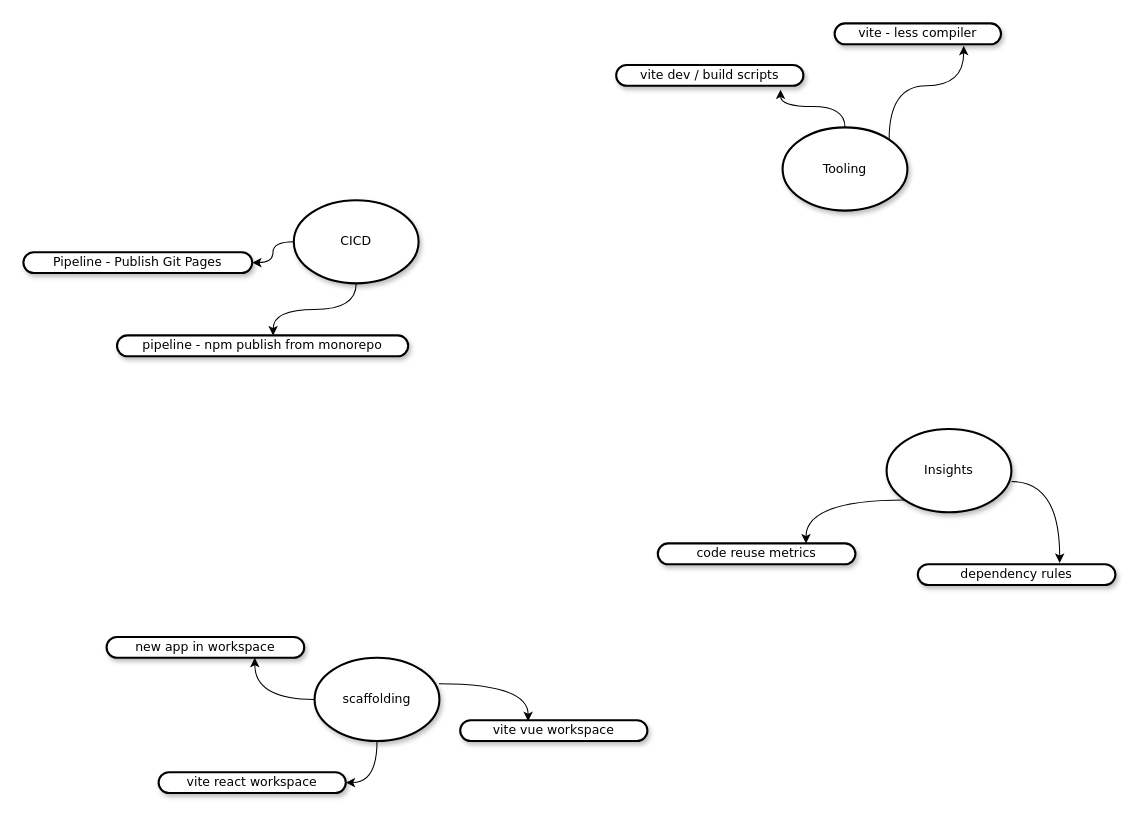
This is diagrams/we-concept.drawio from rihdus/we, a draw.io file, before an edit. Source tidied: cells renumbered, new cells numbered last; positions are measured from the earlier drawing's top-left corner, leaving out a move shared by most shapes. Both pictures are drawn from the tidied source at 104%, with x=0, y=0 at pixel (23, 23).
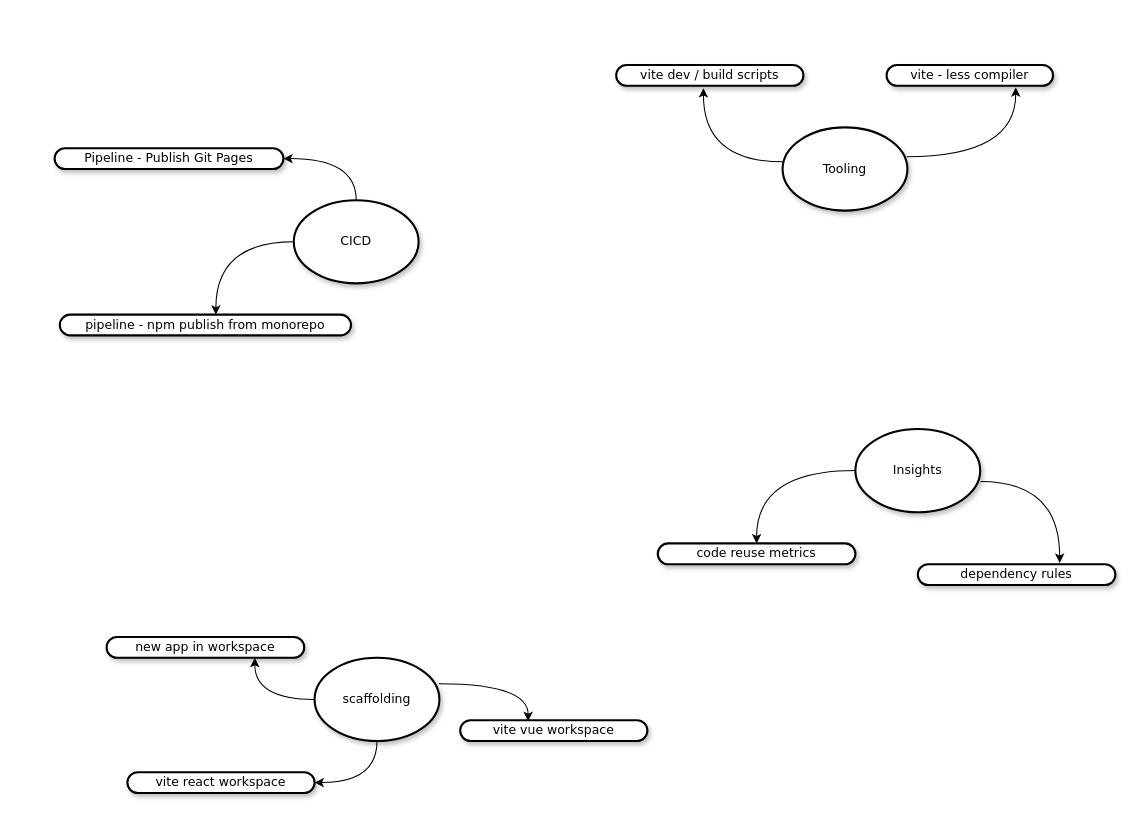
The same diagram, later.

The change refers to these unchanged cells:
```xml
<mxCell id="4" value="&lt;span&gt;CICD&lt;/span&gt;" style="ellipse;whiteSpace=wrap;html=1;rounded=1;shadow=1;comic=0;labelBackgroundColor=none;strokeWidth=2;fontFamily=Verdana;fontSize=12;align=center;" parent="1" vertex="1">
  <mxGeometry x="260" y="170" width="120" height="80" as="geometry" />
</mxCell>
<mxCell id="7" value="Tooling" style="ellipse;whiteSpace=wrap;html=1;rounded=1;shadow=1;comic=0;labelBackgroundColor=none;strokeWidth=2;fontFamily=Verdana;fontSize=12;align=center;" parent="1" vertex="1">
  <mxGeometry x="730" y="100" width="120" height="80" as="geometry" />
</mxCell>
<mxCell id="14" value="vite dev / build scripts" style="whiteSpace=wrap;html=1;rounded=1;shadow=1;comic=0;labelBackgroundColor=none;strokeWidth=2;fontFamily=Verdana;fontSize=12;align=center;arcSize=50;" parent="1" vertex="1">
  <mxGeometry x="570" y="40" width="180" height="20" as="geometry" />
</mxCell>
<mxCell id="16" value="code reuse metrics" style="whiteSpace=wrap;html=1;rounded=1;shadow=1;comic=0;labelBackgroundColor=none;strokeWidth=2;fontFamily=Verdana;fontSize=12;align=center;arcSize=50;" parent="1" vertex="1">
  <mxGeometry x="610" y="500" width="190" height="20" as="geometry" />
</mxCell>
```

Diff of the diagram source:
```diff
@@
-    <mxCell id="2" style="edgeStyle=orthogonalEdgeStyle;rounded=0;jettySize=auto;html=1;exitX=0;exitY=0.5;exitDx=0;exitDy=0;entryX=1;entryY=0.5;entryDx=0;entryDy=0;curved=1;" parent="1" edge="1" source="4" target="12">
+    <mxCell id="2" style="edgeStyle=orthogonalEdgeStyle;rounded=0;jettySize=auto;html=1;exitX=0.5;exitY=0;exitDx=0;exitDy=0;curved=1;entryX=1;entryY=0.5;entryDx=0;entryDy=0;" parent="1" edge="1" source="4" target="12">
       <mxGeometry relative="1" as="geometry" />
     </mxCell>
-    <mxCell id="3" style="edgeStyle=orthogonalEdgeStyle;rounded=0;jettySize=auto;html=1;exitX=0.5;exitY=1;exitDx=0;exitDy=0;entryX=0.536;entryY=0;entryDx=0;entryDy=0;entryPerimeter=0;curved=1;" parent="1" edge="1" source="4" target="13">
+    <mxCell id="3" style="edgeStyle=orthogonalEdgeStyle;rounded=0;jettySize=auto;html=1;exitX=0;exitY=0.5;exitDx=0;exitDy=0;entryX=0.536;entryY=0;entryDx=0;entryDy=0;entryPerimeter=0;curved=1;" parent="1" edge="1" source="4" target="13">
       <mxGeometry relative="1" as="geometry" />
     </mxCell>
@@
-    <mxCell id="5" style="edgeStyle=orthogonalEdgeStyle;curved=1;rounded=0;jettySize=auto;html=1;exitX=0.5;exitY=0;exitDx=0;exitDy=0;entryX=0.878;entryY=1.189;entryDx=0;entryDy=0;entryPerimeter=0;" parent="1" edge="1" source="7" target="14">
+    <mxCell id="5" style="edgeStyle=orthogonalEdgeStyle;curved=1;rounded=0;jettySize=auto;html=1;exitX=0.007;exitY=0.414;exitDx=0;exitDy=0;entryX=0.466;entryY=1.118;entryDx=0;entryDy=0;entryPerimeter=0;exitPerimeter=0;" parent="1" edge="1" source="7" target="14">
       <mxGeometry relative="1" as="geometry" />
     </mxCell>
-    <mxCell id="6" style="edgeStyle=orthogonalEdgeStyle;curved=1;rounded=0;jettySize=auto;html=1;exitX=1;exitY=0;exitDx=0;exitDy=0;entryX=0.776;entryY=1.078;entryDx=0;entryDy=0;entryPerimeter=0;" parent="1" edge="1" source="7" target="11">
+    <mxCell id="6" style="edgeStyle=orthogonalEdgeStyle;curved=1;rounded=0;jettySize=auto;html=1;exitX=0.995;exitY=0.353;exitDx=0;exitDy=0;entryX=0.776;entryY=1.078;entryDx=0;entryDy=0;entryPerimeter=0;exitPerimeter=0;" parent="1" edge="1" source="7" target="11">
       <mxGeometry relative="1" as="geometry" />
     </mxCell>
@@
-    <mxCell id="8" style="edgeStyle=orthogonalEdgeStyle;curved=1;rounded=0;jettySize=auto;html=1;exitX=0;exitY=1;exitDx=0;exitDy=0;entryX=0.75;entryY=0;entryDx=0;entryDy=0;" parent="1" edge="1" source="10" target="16">
+    <mxCell id="8" style="edgeStyle=orthogonalEdgeStyle;curved=1;rounded=0;jettySize=auto;html=1;exitX=0;exitY=0.5;exitDx=0;exitDy=0;entryX=0.5;entryY=0;entryDx=0;entryDy=0;" parent="1" edge="1" source="10" target="16">
       <mxGeometry relative="1" as="geometry" />
     </mxCell>
@@
     <mxCell id="10" value="Insights" style="ellipse;whiteSpace=wrap;html=1;rounded=1;shadow=1;comic=0;labelBackgroundColor=none;strokeWidth=2;fontFamily=Verdana;fontSize=12;align=center;" parent="1" vertex="1">
-      <mxGeometry x="830" y="390" width="120" height="80" as="geometry" />
+      <mxGeometry x="800" y="390" width="120" height="80" as="geometry" />
     </mxCell>
     <mxCell id="11" value="vite - less compiler" style="whiteSpace=wrap;html=1;rounded=1;shadow=1;comic=0;labelBackgroundColor=none;strokeWidth=2;fontFamily=Verdana;fontSize=12;align=center;arcSize=50;" parent="1" vertex="1">
-      <mxGeometry x="780" width="160" height="20" as="geometry" />
+      <mxGeometry x="830" y="40" width="160" height="20" as="geometry" />
     </mxCell>
     <mxCell id="12" value="Pipeline - Publish Git Pages" style="whiteSpace=wrap;html=1;rounded=1;shadow=1;comic=0;labelBackgroundColor=none;strokeWidth=2;fontFamily=Verdana;fontSize=12;align=center;arcSize=50;" parent="1" vertex="1">
-      <mxGeometry y="220" width="220" height="20" as="geometry" />
+      <mxGeometry x="30" y="120" width="220" height="20" as="geometry" />
     </mxCell>
     <mxCell id="13" value="pipeline - npm publish from&amp;nbsp;monorepo" style="whiteSpace=wrap;html=1;rounded=1;shadow=1;comic=0;labelBackgroundColor=none;strokeWidth=2;fontFamily=Verdana;fontSize=12;align=center;arcSize=50;" parent="1" vertex="1">
-      <mxGeometry x="90" y="300" width="280" height="20" as="geometry" />
+      <mxGeometry x="35" y="280" width="280" height="20" as="geometry" />
     </mxCell>
@@
     <mxCell id="18" value="vite react workspace" style="whiteSpace=wrap;html=1;rounded=1;shadow=1;comic=0;labelBackgroundColor=none;strokeWidth=2;fontFamily=Verdana;fontSize=12;align=center;arcSize=50;" parent="1" vertex="1">
-      <mxGeometry x="130" y="720" width="180" height="20" as="geometry" />
+      <mxGeometry x="100" y="720" width="180" height="20" as="geometry" />
     </mxCell>
```
